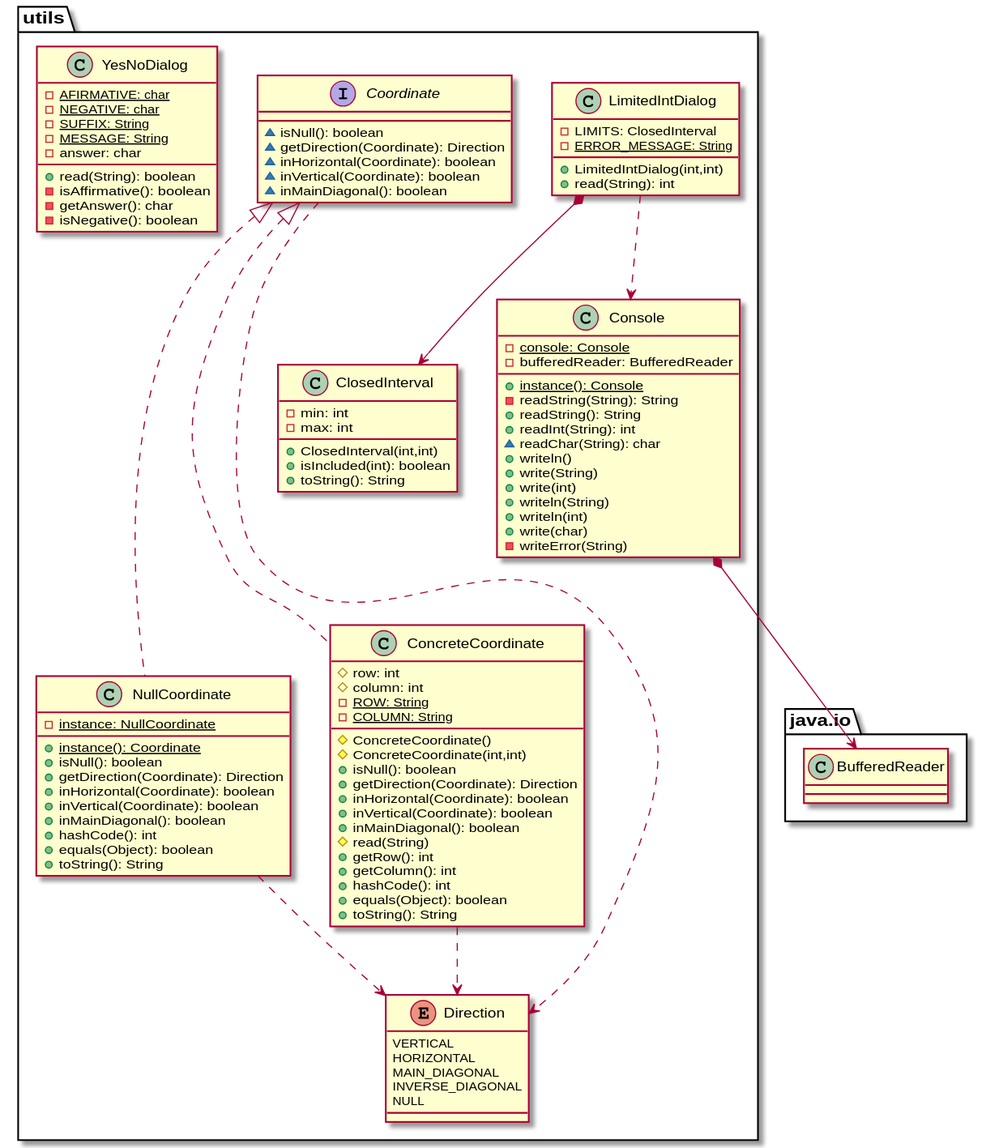
Earlier version of the PlantUML export documentView/console/docs/diagrams/out/paquetes/tictactoe.utils.svg (Jolucaa/USantaTecla-project-ticTacToe).
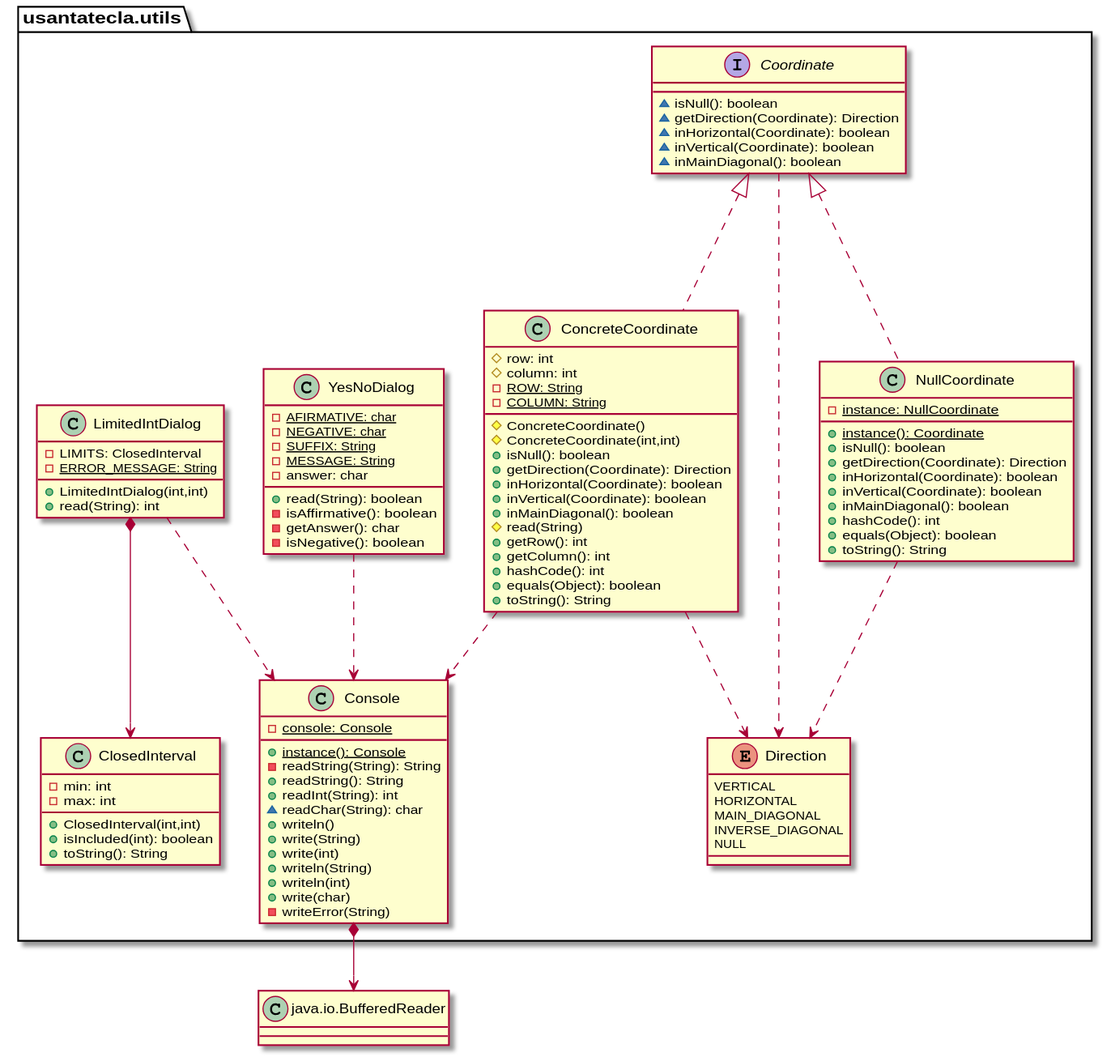
After the commit.

Commit message:
Finalizada versión documentView-console

The edit, as a diff of the source:
```diff
@@ -1,5 +1,7 @@
 @startuml
-class  utils.ClosedInterval{
+class BufferedReader as "java.io.BufferedReader"{}
+
+class  usantatecla.utils.ClosedInterval{
 - min: int
 - max: int
 + ClosedInterval(int,int)
@@ -7,7 +9,7 @@
 + toString(): String
 }
 
-class  utils.ConcreteCoordinate{
+class usantatecla.utils.ConcreteCoordinate{
 # row: int
 # column: int
 - {static} ROW: String
@@ -27,12 +29,13 @@
 + toString(): String
 }
 
-utils.Coordinate <|..down- utils.ConcreteCoordinate
-utils.ConcreteCoordinate ..> utils.Direction
+usantatecla.utils.Coordinate <|..down- usantatecla.utils.ConcreteCoordinate
+usantatecla.utils.ConcreteCoordinate ..> usantatecla.utils.Direction
+usantatecla.utils.ConcreteCoordinate ..> usantatecla.utils.Console
 
-class  utils.Console{
+
+class usantatecla.utils.Console{
 - {static} console: Console
-- bufferedReader: BufferedReader
 + {static} instance(): Console
 - readString(String): String
 + readString(): String
@@ -46,18 +49,18 @@
 + write(char)
 - writeError(String)
 }
-utils.Console *-down-> java.io.BufferedReader
+usantatecla.utils.Console *-down-> BufferedReader
 
-interface  utils.Coordinate{
+interface usantatecla.utils.Coordinate{
 ~ isNull(): boolean
 ~ getDirection(Coordinate): Direction
 ~ inHorizontal(Coordinate): boolean
 ~ inVertical(Coordinate): boolean
 ~ inMainDiagonal(): boolean
 }
-utils.Coordinate ..> utils.Direction
+usantatecla.utils.Coordinate ..> usantatecla.utils.Direction
 
-enum  utils.Direction{
+enum usantatecla.utils.Direction{
   VERTICAL
   HORIZONTAL
   MAIN_DIAGONAL
@@ -65,17 +68,17 @@
   NULL
 }
 
-class  utils.LimitedIntDialog{
+class usantatecla.utils.LimitedIntDialog{
 - LIMITS: ClosedInterval
 - {static} ERROR_MESSAGE: String
 + LimitedIntDialog(int,int)
 + read(String): int
 }
 
-utils.LimitedIntDialog *-down-> utils.ClosedInterval
-utils.LimitedIntDialog ..> utils.Console
+usantatecla.utils.LimitedIntDialog *-down-> usantatecla.utils.ClosedInterval
+usantatecla.utils.LimitedIntDialog ..> usantatecla.utils.Console
 
-class  utils.NullCoordinate{
+class usantatecla.utils.NullCoordinate{
 - {static} instance: NullCoordinate
 + {static} instance(): Coordinate
 + isNull(): boolean
@@ -87,10 +90,10 @@
 + equals(Object): boolean
 + toString(): String
 }
-utils.Coordinate <|..down- utils.NullCoordinate
-utils.NullCoordinate ..> utils.Direction
+usantatecla.utils.Coordinate <|..down- usantatecla.utils.NullCoordinate
+usantatecla.utils.NullCoordinate ..> usantatecla.utils.Direction
 
-class  utils.YesNoDialog{
+class usantatecla.utils.YesNoDialog{
 - {static} AFIRMATIVE: char
 - {static} NEGATIVE: char
 - {static} SUFFIX: String
@@ -101,4 +104,5 @@
 - getAnswer(): char
 - isNegative(): boolean
 }
+usantatecla.utils.YesNoDialog ..> usantatecla.utils.Console
 @enduml
```
